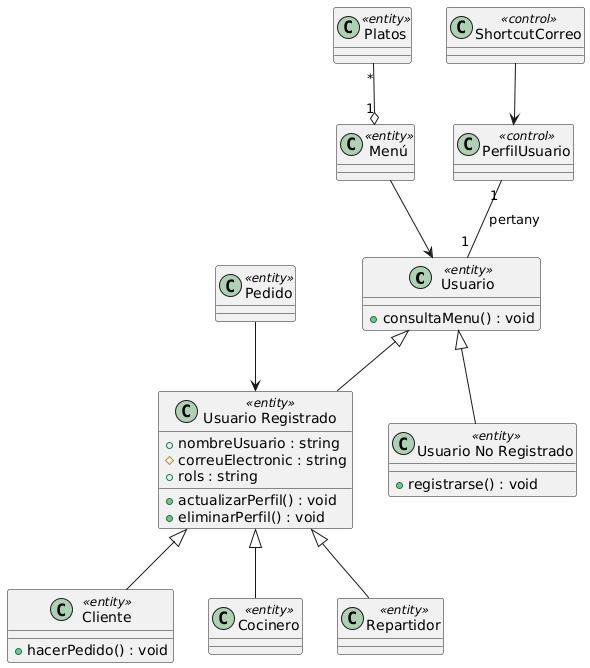
The PlantUML diagram documents/Diagrama Clases/Diagramas/bloq1_diagrama_clase.png in dabien3/ES25UAB-511-05, before a commit.
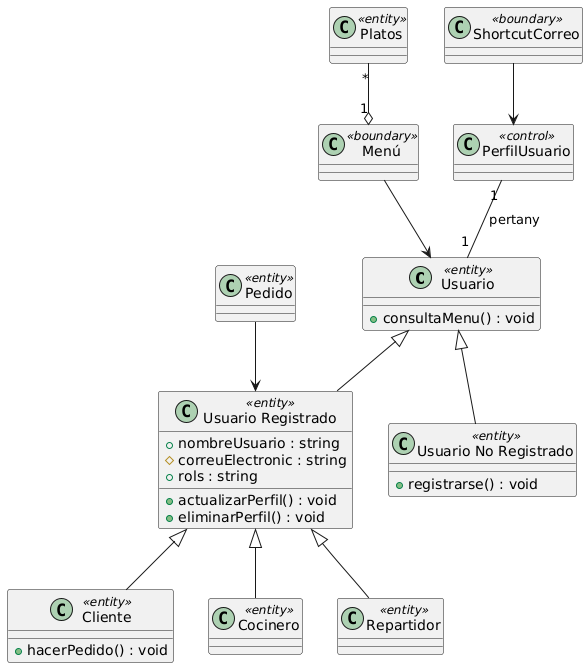
The same file after the commit.

What changed in the source:
```diff
@@ -23,8 +23,8 @@
 class Cocinero <<entity>>
 class Repartidor <<entity>>
 class Pedido <<entity>>
-class Menú <<entity>>
-class ShortcutCorreo <<control>>
+class Menú <<boundary>>
+class ShortcutCorreo <<boundary>>
 class PerfilUsuario <<control>>
 class Platos <<entity>>
 
```
